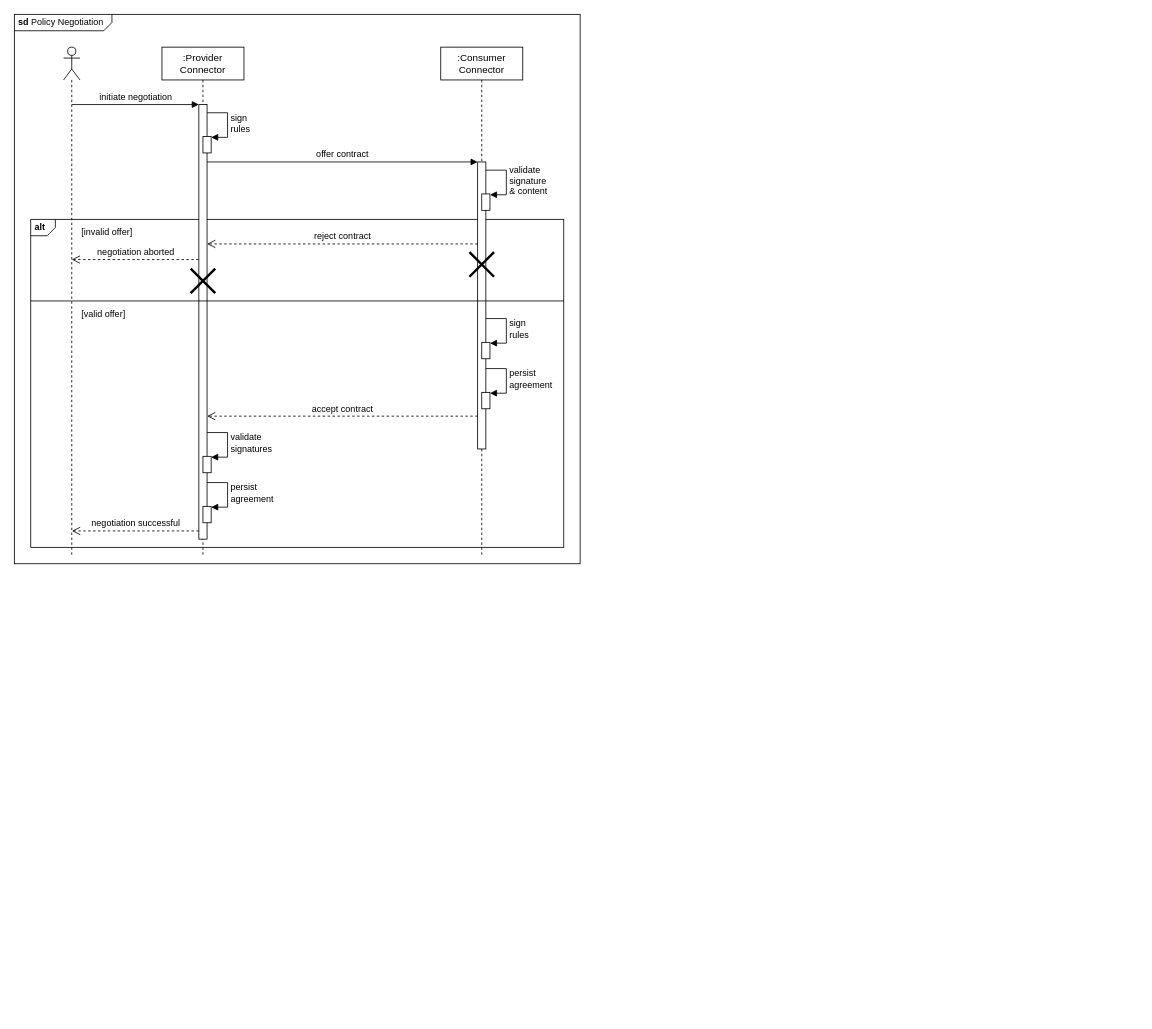
International-Data-Spaces-Association/IDS-RAM_4_0 keeps this draw.io diagram as documentation/3_Layers_of_the_Reference_Architecture_Model/3_3_Process_Layer/media/policy-negotiation-sequence-2.drawio. Above is the earlier version. Source tidied: cells renumbered, new cells numbered last; positions are measured from the earlier drawing's top-left corner, leaving out a move shared by most shapes. Both pictures are drawn from the tidied source at 82%, with x=0, y=0 at pixel (14, 14).
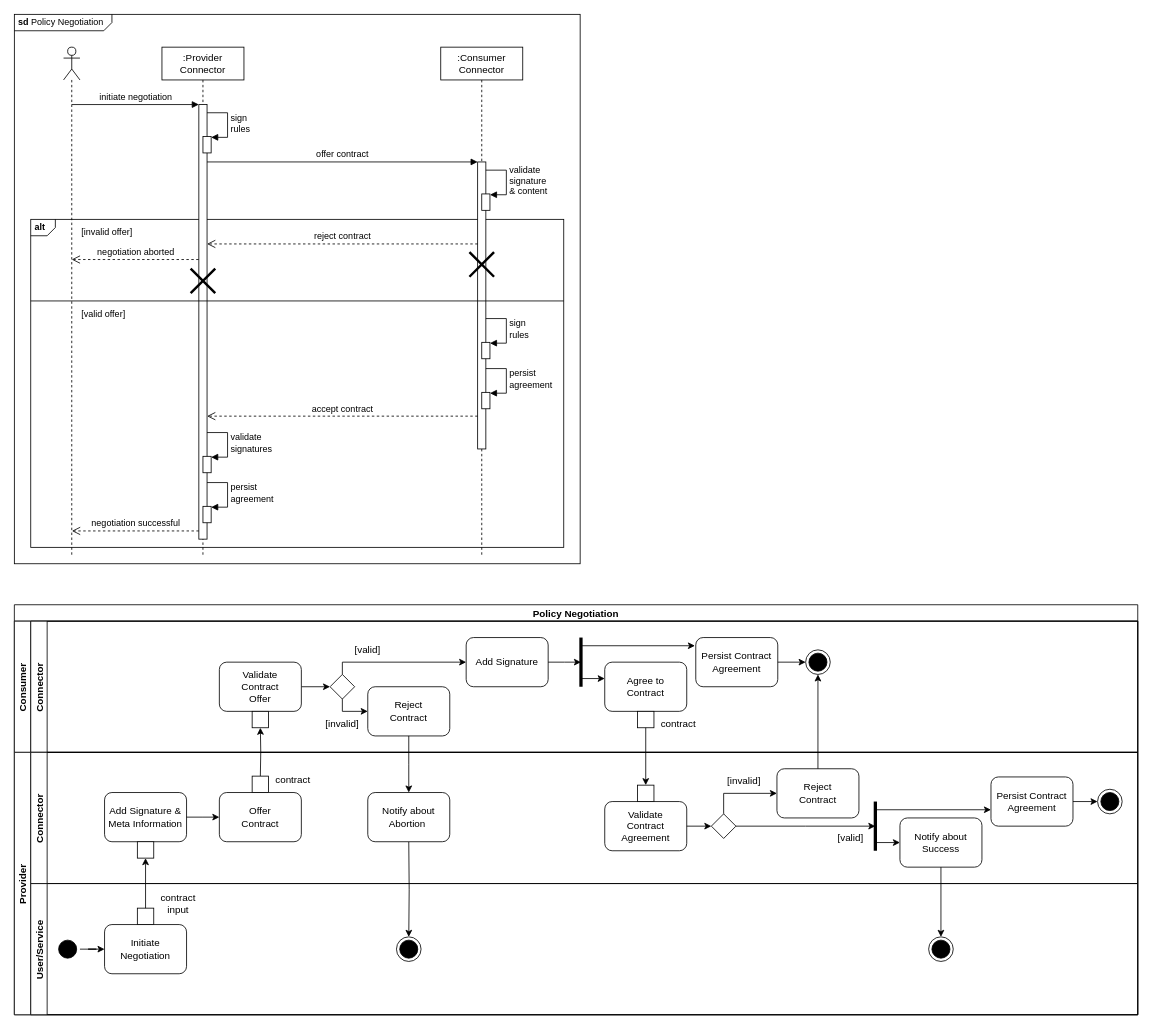
The same diagram, later.

Commit message (it also covers changes not shown here):
chore: apply feedback + replace sequence diagrams by activity diagrams

Change to the diagram source:
```diff
@@
+    <mxCell id="32" value="Policy Negotiation" style="swimlane;horizontal=1;startSize=20;fontStyle=1;" parent="1" vertex="1">
+      <mxGeometry y="720" width="1370" height="500" as="geometry" />
+    </mxCell>
+    <mxCell id="33" value="Consumer" style="swimlane;startSize=20;horizontal=0;" parent="32" vertex="1">
+      <mxGeometry y="20" width="1370" height="160" as="geometry" />
+    </mxCell>
+    <mxCell id="34" value="Connector" style="swimlane;startSize=20;horizontal=0;" parent="33" vertex="1">
+      <mxGeometry x="20" width="1350" height="160" as="geometry" />
+    </mxCell>
+    <mxCell id="35" value="Agree to &lt;br&gt;Contract" style="rounded=1;whiteSpace=wrap;html=1;strokeColor=default;" parent="34" vertex="1">
+      <mxGeometry x="700" y="50" width="100" height="60" as="geometry" />
+    </mxCell>
+    <mxCell id="36" style="rounded=0;whiteSpace=wrap;html=1;strokeColor=default;" parent="34" vertex="1">
+      <mxGeometry x="740" y="110" width="20" height="20" as="geometry" />
+    </mxCell>
+    <mxCell id="37" value="contract" style="text;html=1;strokeColor=none;fillColor=none;align=center;verticalAlign=middle;whiteSpace=wrap;rounded=0;" parent="34" vertex="1">
+      <mxGeometry x="760" y="110" width="60" height="30" as="geometry" />
+    </mxCell>
+    <mxCell id="38" style="edgeStyle=orthogonalEdgeStyle;rounded=0;orthogonalLoop=1;jettySize=auto;html=1;strokeWidth=1;" parent="34" edge="1">
+      <mxGeometry relative="1" as="geometry">
+        <mxPoint x="670" y="30" as="sourcePoint" />
+        <mxPoint x="810" y="30" as="targetPoint" />
+      </mxGeometry>
+    </mxCell>
+    <mxCell id="39" style="edgeStyle=orthogonalEdgeStyle;rounded=0;orthogonalLoop=1;jettySize=auto;html=1;strokeWidth=1;entryX=0;entryY=0.25;entryDx=0;entryDy=0;" parent="34" edge="1">
+      <mxGeometry relative="1" as="geometry">
+        <mxPoint x="670" y="70" as="sourcePoint" />
+        <mxPoint x="700" y="70" as="targetPoint" />
+        <Array as="points">
+          <mxPoint x="670" y="70" />
+        </Array>
+      </mxGeometry>
+    </mxCell>
+    <mxCell id="40" style="ellipse;html=1;shape=endState;fillColor=#000000;strokeColor=#000000;" parent="34" vertex="1">
+      <mxGeometry x="945" y="35" width="30" height="30" as="geometry" />
+    </mxCell>
+    <mxCell id="41" style="edgeStyle=orthogonalEdgeStyle;rounded=0;jettySize=auto;html=1;exitX=1;exitY=0.5;exitDx=0;exitDy=0;entryX=0;entryY=0.5;entryDx=0;entryDy=0;" parent="33" edge="1" source="42" target="46">
+      <mxGeometry relative="1" as="geometry" />
+    </mxCell>
+    <mxCell id="42" value="Validate &lt;br&gt;Contract &lt;br&gt;Offer" style="rounded=1;whiteSpace=wrap;html=1;strokeColor=default;" parent="33" vertex="1">
+      <mxGeometry x="250" y="50" width="100" height="60" as="geometry" />
+    </mxCell>
+    <mxCell id="43" style="rounded=0;whiteSpace=wrap;html=1;strokeColor=default;" parent="33" vertex="1">
+      <mxGeometry x="290" y="110" width="20" height="20" as="geometry" />
+    </mxCell>
+    <mxCell id="44" style="edgeStyle=orthogonalEdgeStyle;rounded=0;jettySize=auto;html=1;exitX=0.5;exitY=1;exitDx=0;exitDy=0;entryX=0;entryY=0.5;entryDx=0;entryDy=0;" parent="33" edge="1" source="46" target="47">
+      <mxGeometry relative="1" as="geometry">
+        <Array as="points">
+          <mxPoint x="400" y="110" />
+        </Array>
+      </mxGeometry>
+    </mxCell>
+    <mxCell id="45" style="edgeStyle=orthogonalEdgeStyle;rounded=0;jettySize=auto;html=1;exitX=0.5;exitY=0;exitDx=0;exitDy=0;entryX=0;entryY=0.5;entryDx=0;entryDy=0;" parent="33" edge="1" source="46" target="49">
+      <mxGeometry relative="1" as="geometry">
+        <Array as="points">
+          <mxPoint x="400" y="50" />
+        </Array>
+      </mxGeometry>
+    </mxCell>
+    <mxCell id="46" style="rhombus;whiteSpace=wrap;html=1;strokeColor=default;" parent="33" vertex="1">
+      <mxGeometry x="385" y="65" width="30" height="30" as="geometry" />
+    </mxCell>
+    <mxCell id="47" value="Reject &lt;br&gt;Contract" style="rounded=1;whiteSpace=wrap;html=1;strokeColor=default;" parent="33" vertex="1">
+      <mxGeometry x="431" y="80" width="100" height="60" as="geometry" />
+    </mxCell>
+    <mxCell id="48" value="[invalid]" style="text;html=1;strokeColor=none;fillColor=none;align=center;verticalAlign=middle;whiteSpace=wrap;rounded=0;" parent="33" vertex="1">
+      <mxGeometry x="370" y="110" width="60" height="30" as="geometry" />
+    </mxCell>
+    <mxCell id="49" value="Add Signature" style="rounded=1;whiteSpace=wrap;html=1;strokeColor=default;" parent="33" vertex="1">
+      <mxGeometry x="551" y="20" width="100" height="60" as="geometry" />
+    </mxCell>
+    <mxCell id="50" value="[valid]" style="text;html=1;strokeColor=none;fillColor=none;align=center;verticalAlign=middle;whiteSpace=wrap;rounded=0;" parent="33" vertex="1">
+      <mxGeometry x="401" y="20" width="60" height="30" as="geometry" />
+    </mxCell>
+    <mxCell id="51" value="Persist Contract&lt;br&gt;Agreement" style="rounded=1;whiteSpace=wrap;html=1;strokeColor=default;" parent="33" vertex="1">
+      <mxGeometry x="831" y="20" width="100" height="60" as="geometry" />
+    </mxCell>
+    <mxCell id="52" style="endArrow=none;html=1;rounded=0;strokeWidth=4;" parent="33" edge="1">
+      <mxGeometry relative="1" as="geometry">
+        <mxPoint x="691" y="80" as="sourcePoint" />
+        <mxPoint x="691" y="20" as="targetPoint" />
+      </mxGeometry>
+    </mxCell>
+    <mxCell id="53" style="edgeStyle=orthogonalEdgeStyle;rounded=0;jettySize=auto;html=1;exitX=1;exitY=0.5;exitDx=0;exitDy=0;entryX=0;entryY=0.5;entryDx=0;entryDy=0;strokeWidth=1;" parent="33" edge="1" source="51" target="40">
+      <mxGeometry relative="1" as="geometry" />
+    </mxCell>
+    <mxCell id="54" style="edgeStyle=orthogonalEdgeStyle;rounded=0;jettySize=auto;html=1;exitX=0.5;exitY=1;exitDx=0;exitDy=0;entryX=0.5;entryY=0;entryDx=0;entryDy=0;" parent="32" edge="1" source="47">
+      <mxGeometry relative="1" as="geometry">
+        <mxPoint x="481" y="229" as="targetPoint" />
+      </mxGeometry>
+    </mxCell>
+    <mxCell id="55" value="Provider" style="swimlane;startSize=20;horizontal=0;" parent="32" vertex="1">
+      <mxGeometry y="180" width="1370" height="320" as="geometry" />
+    </mxCell>
+    <mxCell id="56" value="User/Service" style="swimlane;startSize=20;horizontal=0;" parent="55" vertex="1">
+      <mxGeometry x="20" y="160" width="1350" height="160" as="geometry" />
+    </mxCell>
+    <mxCell id="57" style="ellipse;html=1;shape=startState;fillColor=#000000;strokeColor=default;" parent="56" vertex="1">
+      <mxGeometry x="30" y="65" width="30" height="30" as="geometry" />
+    </mxCell>
+    <mxCell id="58" value="Initiate Negotiation" style="rounded=1;whiteSpace=wrap;html=1;strokeColor=default;" parent="56" vertex="1">
+      <mxGeometry x="90" y="50" width="100" height="60" as="geometry" />
+    </mxCell>
+    <mxCell id="59" style="edgeStyle=orthogonalEdgeStyle;rounded=0;jettySize=auto;html=1;exitX=1;exitY=0.5;exitDx=0;exitDy=0;" parent="56" edge="1" source="57" target="58">
+      <mxGeometry relative="1" as="geometry" />
+    </mxCell>
+    <mxCell id="60" style="rounded=0;whiteSpace=wrap;html=1;strokeColor=default;" parent="56" vertex="1">
+      <mxGeometry x="130" y="30" width="20" height="20" as="geometry" />
+    </mxCell>
+    <mxCell id="61" value="contract input" style="text;html=1;strokeColor=none;fillColor=none;align=center;verticalAlign=middle;whiteSpace=wrap;rounded=0;" parent="56" vertex="1">
+      <mxGeometry x="150" y="10" width="60" height="30" as="geometry" />
+    </mxCell>
+    <mxCell id="62" style="ellipse;html=1;shape=endState;fillColor=#000000;strokeColor=#000000;" parent="56" vertex="1">
+      <mxGeometry x="446" y="65" width="30" height="30" as="geometry" />
+    </mxCell>
+    <mxCell id="63" style="ellipse;html=1;shape=endState;fillColor=#000000;strokeColor=#000000;" parent="56" vertex="1">
+      <mxGeometry x="1095" y="65" width="30" height="30" as="geometry" />
+    </mxCell>
+    <mxCell id="64" style="edgeStyle=orthogonalEdgeStyle;rounded=0;jettySize=auto;html=1;exitX=0.5;exitY=0;exitDx=0;exitDy=0;entryX=0.5;entryY=1;entryDx=0;entryDy=0;" parent="55" edge="1" source="60">
+      <mxGeometry relative="1" as="geometry">
+        <mxPoint x="160" y="129" as="targetPoint" />
+      </mxGeometry>
+    </mxCell>
+    <mxCell id="65" style="edgeStyle=orthogonalEdgeStyle;rounded=0;jettySize=auto;html=1;exitX=0.5;exitY=1;exitDx=0;exitDy=0;entryX=0.5;entryY=0;entryDx=0;entryDy=0;" parent="55" edge="1" target="62">
+      <mxGeometry relative="1" as="geometry">
+        <mxPoint x="481" y="109" as="sourcePoint" />
+      </mxGeometry>
+    </mxCell>
+    <mxCell id="66" style="endArrow=none;html=1;rounded=0;strokeWidth=4;" parent="55" edge="1">
+      <mxGeometry relative="1" as="geometry">
+        <mxPoint x="1050" y="120" as="sourcePoint" />
+        <mxPoint x="1050" y="60" as="targetPoint" />
+      </mxGeometry>
+    </mxCell>
+    <mxCell id="67" value="Persist Contract&lt;br&gt;Agreement" style="rounded=1;whiteSpace=wrap;html=1;strokeColor=default;" parent="55" vertex="1">
+      <mxGeometry x="1191" y="30" width="100" height="60" as="geometry" />
+    </mxCell>
+    <mxCell id="68" style="ellipse;html=1;shape=endState;fillColor=#000000;strokeColor=#000000;" parent="55" vertex="1">
+      <mxGeometry x="1321" y="45" width="30" height="30" as="geometry" />
+    </mxCell>
+    <mxCell id="69" style="edgeStyle=orthogonalEdgeStyle;rounded=0;jettySize=auto;html=1;exitX=1;exitY=0.5;exitDx=0;exitDy=0;entryX=0;entryY=0.5;entryDx=0;entryDy=0;strokeWidth=1;" parent="55" edge="1" source="67" target="68">
+      <mxGeometry relative="1" as="geometry" />
+    </mxCell>
+    <mxCell id="70" style="edgeStyle=orthogonalEdgeStyle;rounded=0;orthogonalLoop=1;jettySize=auto;html=1;exitX=0;exitY=0.75;exitDx=0;exitDy=0;strokeWidth=1;entryX=0;entryY=0.75;entryDx=0;entryDy=0;" parent="55" edge="1">
+      <mxGeometry relative="1" as="geometry">
+        <mxPoint x="1050" y="70" as="sourcePoint" />
+        <mxPoint x="1191" y="70" as="targetPoint" />
+      </mxGeometry>
+    </mxCell>
+    <mxCell id="71" style="edgeStyle=orthogonalEdgeStyle;rounded=0;orthogonalLoop=1;jettySize=auto;html=1;exitX=0;exitY=0.25;exitDx=0;exitDy=0;strokeWidth=1;entryX=0;entryY=0.25;entryDx=0;entryDy=0;" parent="55" edge="1">
+      <mxGeometry relative="1" as="geometry">
+        <mxPoint x="1050" y="110" as="sourcePoint" />
+        <mxPoint x="1080" y="110" as="targetPoint" />
+      </mxGeometry>
+    </mxCell>
+    <mxCell id="72" style="edgeStyle=orthogonalEdgeStyle;rounded=0;jettySize=auto;html=1;exitX=0.5;exitY=0;exitDx=0;exitDy=0;entryX=0.5;entryY=1;entryDx=0;entryDy=0;" parent="32" edge="1" target="43">
+      <mxGeometry relative="1" as="geometry">
+        <mxPoint x="300" y="209" as="sourcePoint" />
+      </mxGeometry>
+    </mxCell>
+    <mxCell id="73" value="Offer&lt;br&gt;Contract" style="rounded=1;whiteSpace=wrap;html=1;strokeColor=default;" parent="1" vertex="1">
+      <mxGeometry x="250" y="949" width="100" height="60" as="geometry" />
+    </mxCell>
+    <mxCell id="74" style="edgeStyle=orthogonalEdgeStyle;rounded=0;jettySize=auto;html=1;exitX=1;exitY=0.5;exitDx=0;exitDy=0;strokeWidth=1;" parent="1" edge="1" source="49">
+      <mxGeometry relative="1" as="geometry">
+        <mxPoint x="691" y="790" as="targetPoint" />
+      </mxGeometry>
+    </mxCell>
+    <mxCell id="75" value="Connector" style="swimlane;startSize=20;horizontal=0;" parent="1" vertex="1">
+      <mxGeometry x="20" y="900" width="1350" height="160" as="geometry" />
+    </mxCell>
+    <mxCell id="76" value="Add Signature &amp;amp; Meta Information" style="rounded=1;whiteSpace=wrap;html=1;strokeColor=default;" parent="75" vertex="1">
+      <mxGeometry x="90" y="49" width="100" height="60" as="geometry" />
+    </mxCell>
+    <mxCell id="77" style="rounded=0;whiteSpace=wrap;html=1;strokeColor=default;" parent="75" vertex="1">
+      <mxGeometry x="130" y="109" width="20" height="20" as="geometry" />
+    </mxCell>
+    <mxCell id="78" style="edgeStyle=orthogonalEdgeStyle;rounded=0;jettySize=auto;html=1;exitX=1;exitY=0.5;exitDx=0;exitDy=0;entryX=0;entryY=0.5;entryDx=0;entryDy=0;" parent="75" edge="1" source="76">
+      <mxGeometry relative="1" as="geometry">
+        <mxPoint x="230" y="79" as="targetPoint" />
+      </mxGeometry>
+    </mxCell>
+    <mxCell id="79" style="rounded=0;whiteSpace=wrap;html=1;strokeColor=default;" parent="75" vertex="1">
+      <mxGeometry x="270" y="29" width="20" height="20" as="geometry" />
+    </mxCell>
+    <mxCell id="80" value="contract" style="text;html=1;strokeColor=none;fillColor=none;align=center;verticalAlign=middle;whiteSpace=wrap;rounded=0;" parent="75" vertex="1">
+      <mxGeometry x="290" y="19" width="60" height="30" as="geometry" />
+    </mxCell>
+    <mxCell id="81" value="Notify about Abortion&amp;nbsp;" style="rounded=1;whiteSpace=wrap;html=1;strokeColor=default;" parent="75" vertex="1">
+      <mxGeometry x="411" y="49" width="100" height="60" as="geometry" />
+    </mxCell>
+    <mxCell id="82" value="Validate &lt;br&gt;Contract &lt;br&gt;Agreement" style="rounded=1;whiteSpace=wrap;html=1;strokeColor=default;" parent="75" vertex="1">
+      <mxGeometry x="700" y="60" width="100" height="60" as="geometry" />
+    </mxCell>
+    <mxCell id="83" style="rounded=0;whiteSpace=wrap;html=1;strokeColor=default;" parent="75" vertex="1">
+      <mxGeometry x="740" y="40" width="20" height="20" as="geometry" />
+    </mxCell>
+    <mxCell id="84" style="edgeStyle=orthogonalEdgeStyle;rounded=0;jettySize=auto;html=1;exitX=0.5;exitY=0;exitDx=0;exitDy=0;entryX=0;entryY=0.5;entryDx=0;entryDy=0;strokeWidth=1;" parent="75" edge="1" source="85" target="88">
+      <mxGeometry relative="1" as="geometry" />
+    </mxCell>
+    <mxCell id="85" style="rhombus;whiteSpace=wrap;html=1;strokeColor=default;" parent="75" vertex="1">
+      <mxGeometry x="830" y="75" width="30" height="30" as="geometry" />
+    </mxCell>
+    <mxCell id="86" value="[valid]" style="text;html=1;strokeColor=none;fillColor=none;align=center;verticalAlign=middle;whiteSpace=wrap;rounded=0;" parent="75" vertex="1">
+      <mxGeometry x="970" y="90" width="60" height="30" as="geometry" />
+    </mxCell>
+    <mxCell id="87" value="[invalid]" style="text;html=1;strokeColor=none;fillColor=none;align=center;verticalAlign=middle;whiteSpace=wrap;rounded=0;" parent="75" vertex="1">
+      <mxGeometry x="840" y="20" width="60" height="30" as="geometry" />
+    </mxCell>
+    <mxCell id="88" value="Reject &lt;br&gt;Contract" style="rounded=1;whiteSpace=wrap;html=1;strokeColor=default;" parent="75" vertex="1">
+      <mxGeometry x="910" y="20" width="100" height="60" as="geometry" />
+    </mxCell>
+    <mxCell id="89" value="Notify about Success" style="rounded=1;whiteSpace=wrap;html=1;strokeColor=default;" parent="75" vertex="1">
+      <mxGeometry x="1060" y="80" width="100" height="60" as="geometry" />
+    </mxCell>
+    <mxCell id="90" style="edgeStyle=orthogonalEdgeStyle;rounded=0;jettySize=auto;html=1;exitX=1;exitY=0.5;exitDx=0;exitDy=0;strokeWidth=1;" parent="1" edge="1" source="82">
+      <mxGeometry relative="1" as="geometry">
+        <mxPoint x="850" y="990" as="targetPoint" />
+      </mxGeometry>
+    </mxCell>
+    <mxCell id="91" style="edgeStyle=orthogonalEdgeStyle;rounded=0;jettySize=auto;html=1;exitX=1;exitY=0.5;exitDx=0;exitDy=0;strokeWidth=1;" parent="1" edge="1" source="85">
+      <mxGeometry relative="1" as="geometry">
+        <mxPoint x="1050" y="990" as="targetPoint" />
+      </mxGeometry>
+    </mxCell>
+    <mxCell id="92" style="edgeStyle=orthogonalEdgeStyle;rounded=0;jettySize=auto;html=1;exitX=0.5;exitY=1;exitDx=0;exitDy=0;entryX=0.5;entryY=0;entryDx=0;entryDy=0;strokeWidth=1;" parent="1" edge="1" source="89" target="63">
+      <mxGeometry relative="1" as="geometry" />
+    </mxCell>
+    <mxCell id="93" style="edgeStyle=orthogonalEdgeStyle;rounded=0;jettySize=auto;html=1;exitX=0.5;exitY=1;exitDx=0;exitDy=0;entryX=0.5;entryY=0;entryDx=0;entryDy=0;strokeWidth=1;" parent="1" edge="1" source="36" target="83">
+      <mxGeometry relative="1" as="geometry" />
+    </mxCell>
+    <mxCell id="94" style="edgeStyle=orthogonalEdgeStyle;rounded=0;jettySize=auto;html=1;exitX=0.5;exitY=0;exitDx=0;exitDy=0;entryX=0.5;entryY=1;entryDx=0;entryDy=0;strokeWidth=1;" parent="1" edge="1" source="88" target="40">
+      <mxGeometry relative="1" as="geometry" />
+    </mxCell>
```
